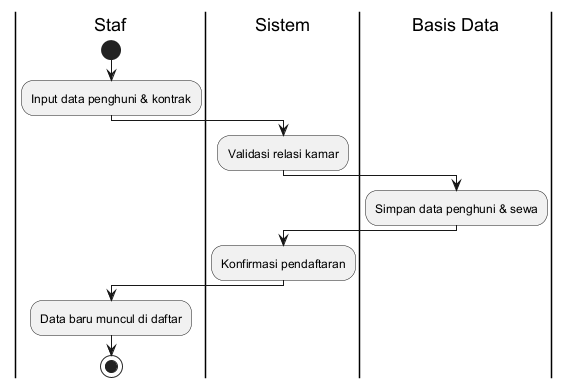
Before: docs/diagrams/4_activity_diagram_manajemen_penghuni.png, a diagram exported from PlantUML (ahmadyasser72/tem-2). The source it was exported from:
```plantuml
@startuml
|Staf|
start
:Input data penghuni & kontrak;
|Sistem|
:Validasi relasi kamar;
|Basis Data|
:Simpan data penghuni & sewa;
|Sistem|
:Konfirmasi pendaftaran;
|Staf|
:Data baru muncul di daftar;
stop
@enduml
```
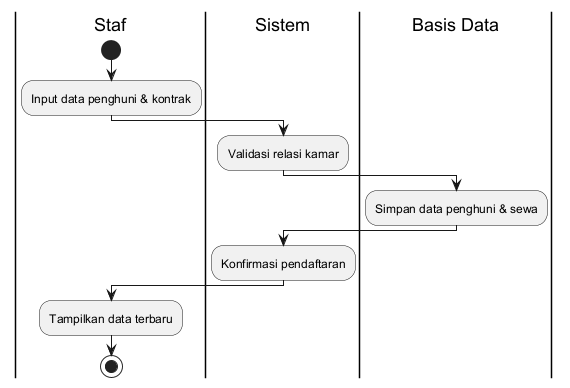
After the change.

Change to the diagram source:
```diff
@@ -9,6 +9,6 @@
 |Sistem|
 :Konfirmasi pendaftaran;
 |Staf|
-:Data baru muncul di daftar;
+:Tampilkan data terbaru;
 stop
 @enduml
```
